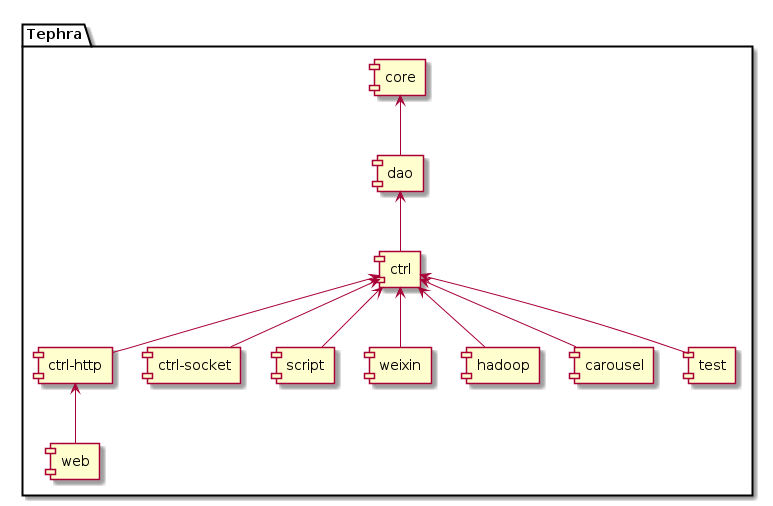
Before: doc/uml/front/first/module.png, a diagram exported from PlantUML (wangscript007/tephra).
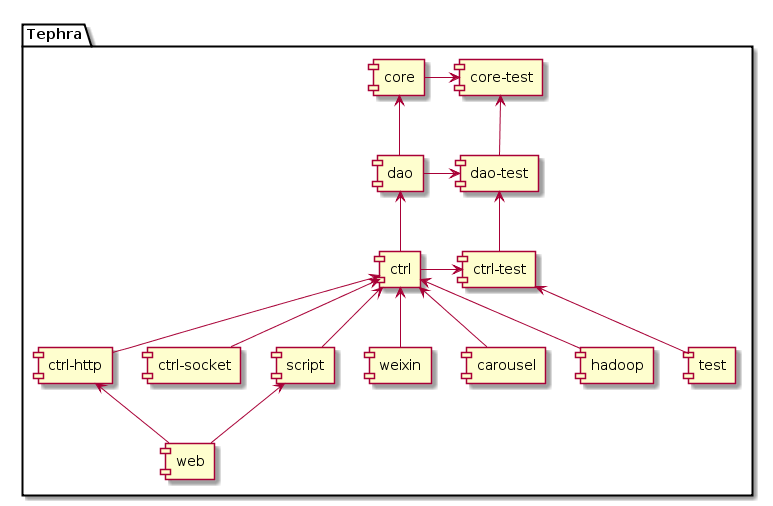
Later version of the same file.

What changed in the source:
```diff
@@ -1,17 +1,23 @@
 @startuml
 
 package Tephra {
-[core]
 [core] <-- [dao]
 [dao] <-- [ctrl]
 [ctrl] <-- [ctrl-http]
 [ctrl] <-- [ctrl-socket]
-[ctrl-http] <-- [web]
 [ctrl] <-- [script]
 [ctrl] <-- [weixin]
+[ctrl] <-- [carousel]
 [ctrl] <-- [hadoop]
-[ctrl] <-- [carousel]
-[ctrl] <-- [test]
+[script] <-- [web]
+[ctrl-http] <-- [web]
+
+[core-test] <-l- [core]
+[dao-test] <-l- [dao]
+[core-test] <-- [dao-test]
+[ctrl-test] <-l- [ctrl]
+[dao-test] <-- [ctrl-test]
+[ctrl-test] <-- [test]
 }
 
 @enduml
```
